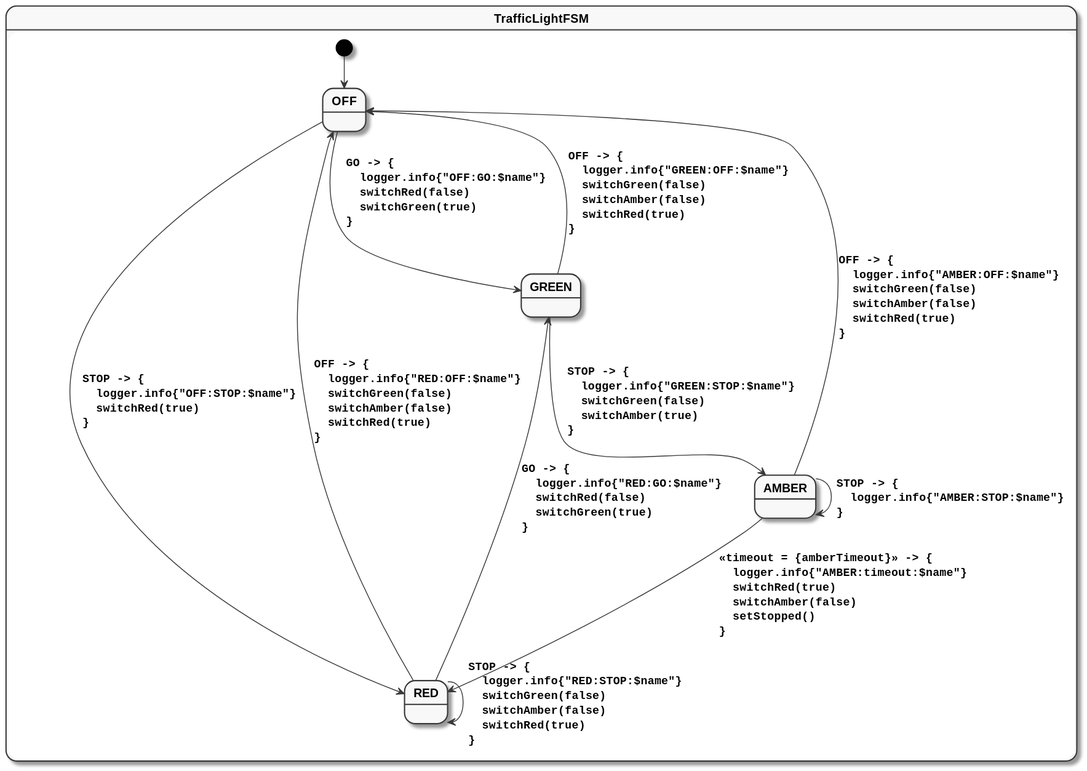
Before: traffic-light.svg, a diagram exported from PlantUML (open-jumpco/kfsm-mpp-compose-traffic).
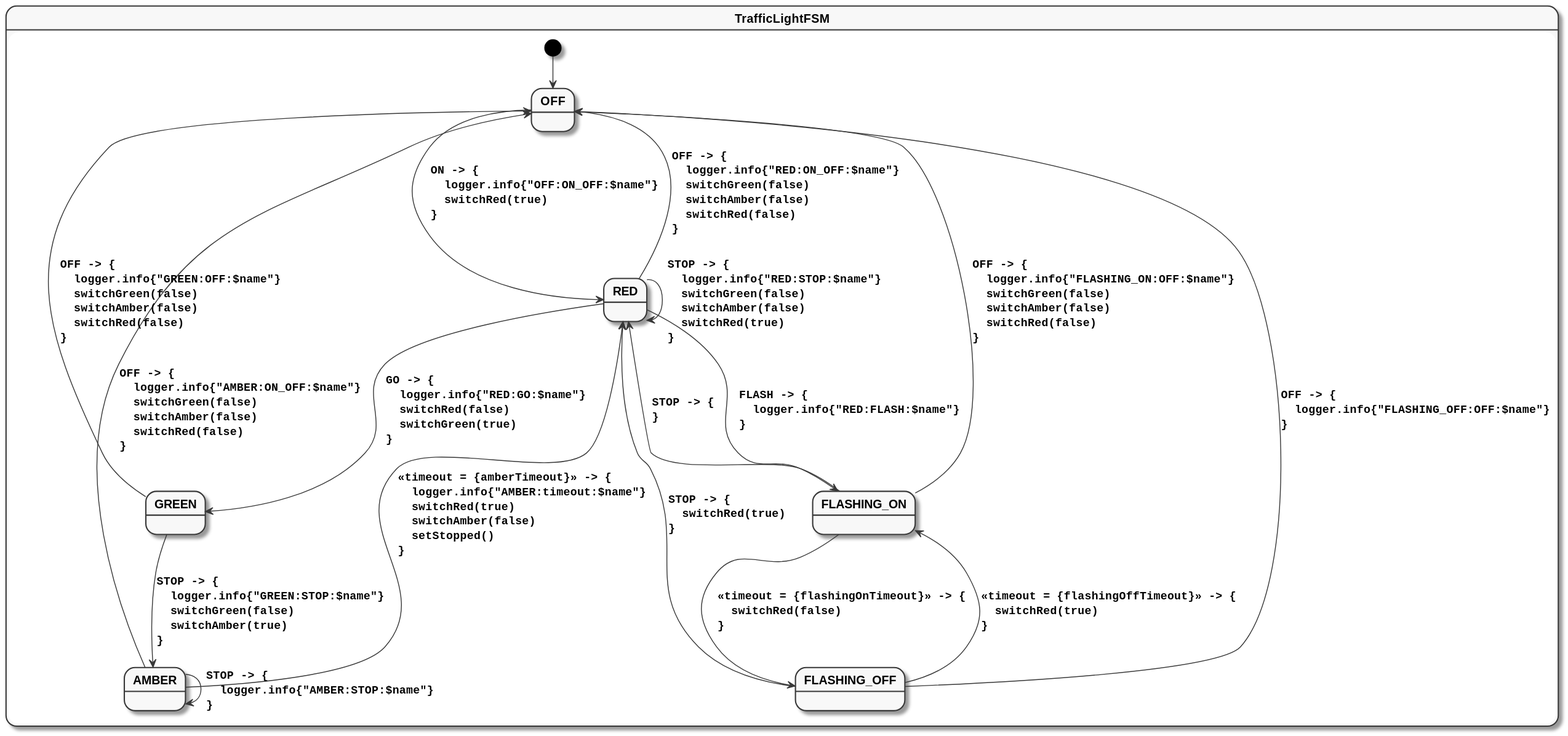
Later version of the same file.

The edit, as a diff of the source:
```diff
@@ -8,15 +8,21 @@
 }
 state TrafficLightFSM {
 [*] --> OFF
-OFF --> GREEN : GO -> {\l  logger.info{"OFF:GO:$name"}\l  switchRed(false)\l  switchGreen(true)\l}
-OFF --> RED : STOP -> {\l  logger.info{"OFF:STOP:$name"}\l  switchRed(true)\l}
+OFF --> RED : ON -> {\l  logger.info{"OFF:ON_OFF:$name"}\l  switchRed(true)\l}
 RED --> GREEN : GO -> {\l  logger.info{"RED:GO:$name"}\l  switchRed(false)\l  switchGreen(true)\l}
 RED --> RED : STOP -> {\l  logger.info{"RED:STOP:$name"}\l  switchGreen(false)\l  switchAmber(false)\l  switchRed(true)\l}
-RED --> OFF : OFF -> {\l  logger.info{"RED:OFF:$name"}\l  switchGreen(false)\l  switchAmber(false)\l  switchRed(true)\l}
+RED --> OFF : OFF -> {\l  logger.info{"RED:ON_OFF:$name"}\l  switchGreen(false)\l  switchAmber(false)\l  switchRed(false)\l}
+RED --> FLASHING_ON : FLASH -> {\l  logger.info{"RED:FLASH:$name"}\l}
 AMBER --> RED : <<timeout = {amberTimeout}>> -> {\l  logger.info{"AMBER:timeout:$name"}\l  switchRed(true)\l  switchAmber(false)\l  setStopped()\l}
 AMBER --> AMBER : STOP -> {\l  logger.info{"AMBER:STOP:$name"}\l}
-AMBER --> OFF : OFF -> {\l  logger.info{"AMBER:OFF:$name"}\l  switchGreen(false)\l  switchAmber(false)\l  switchRed(true)\l}
+AMBER --> OFF : OFF -> {\l  logger.info{"AMBER:ON_OFF:$name"}\l  switchGreen(false)\l  switchAmber(false)\l  switchRed(false)\l}
 GREEN --> AMBER : STOP -> {\l  logger.info{"GREEN:STOP:$name"}\l  switchGreen(false)\l  switchAmber(true)\l}
-GREEN --> OFF : OFF -> {\l  logger.info{"GREEN:OFF:$name"}\l  switchGreen(false)\l  switchAmber(false)\l  switchRed(true)\l}
+GREEN --> OFF : OFF -> {\l  logger.info{"GREEN:OFF:$name"}\l  switchGreen(false)\l  switchAmber(false)\l  switchRed(false)\l}
+FLASHING_ON --> FLASHING_OFF : <<timeout = {flashingOnTimeout}>> -> {\l  switchRed(false)\l}
+FLASHING_ON --> OFF : OFF -> {\l  logger.info{"FLASHING_ON:OFF:$name"}\l  switchGreen(false)\l  switchAmber(false)\l  switchRed(false)\l}
+FLASHING_ON --> RED : STOP -> {\l}
+FLASHING_OFF --> FLASHING_ON : <<timeout = {flashingOffTimeout}>> -> {\l  switchRed(true)\l}
+FLASHING_OFF --> OFF : OFF -> {\l  logger.info{"FLASHING_OFF:OFF:$name"}\l}
+FLASHING_OFF --> RED : STOP -> {\l  switchRed(true)\l}
 }
 @enduml
```
